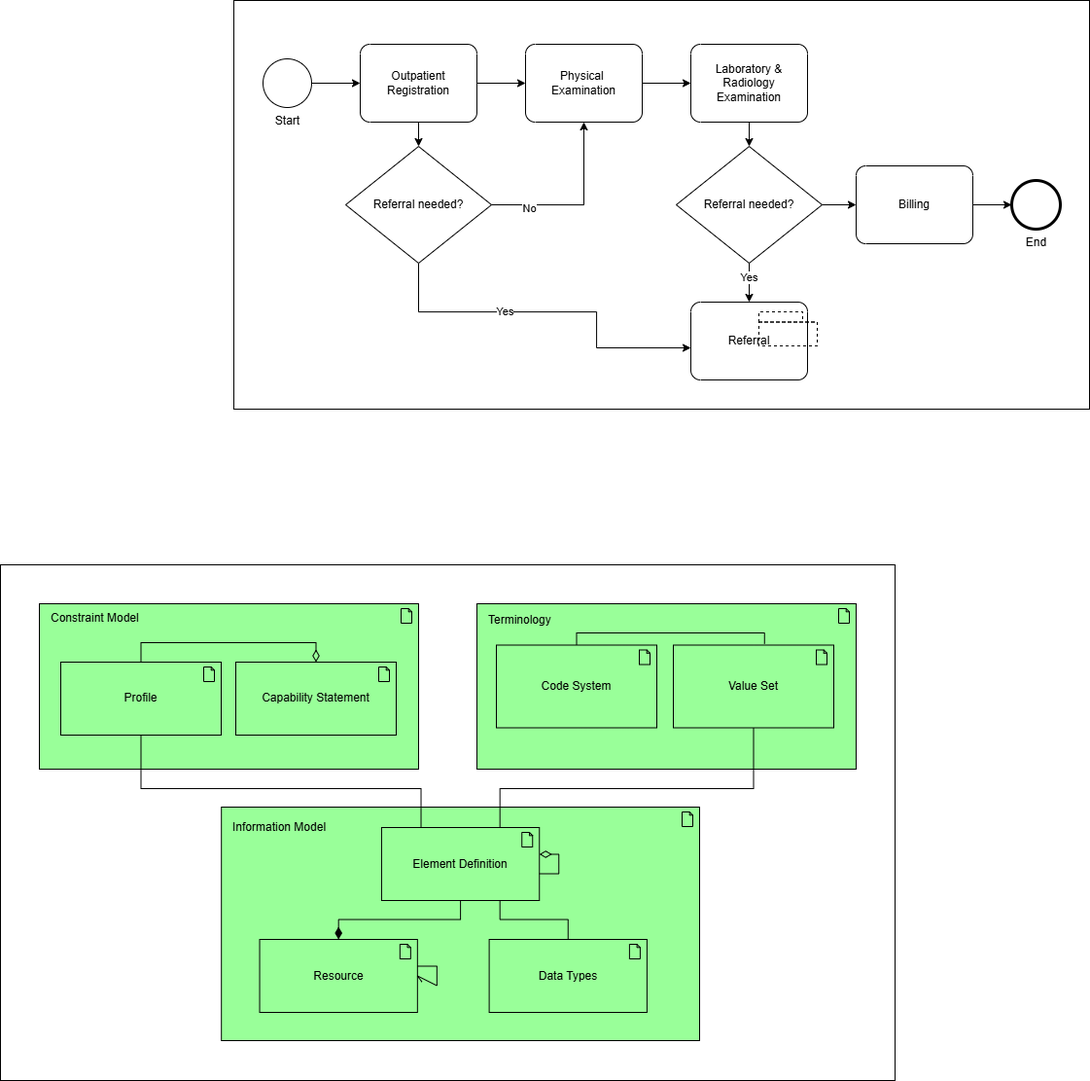
hi-dinanti/anc-ig-pwskia keeps this draw.io diagram as input/l2/Authoring IG drawio.png. Above is the earlier version. Source tidied: cells renumbered, new cells last; positions are measured from the earlier drawing's top-left corner, leaving out a move shared by most shapes.
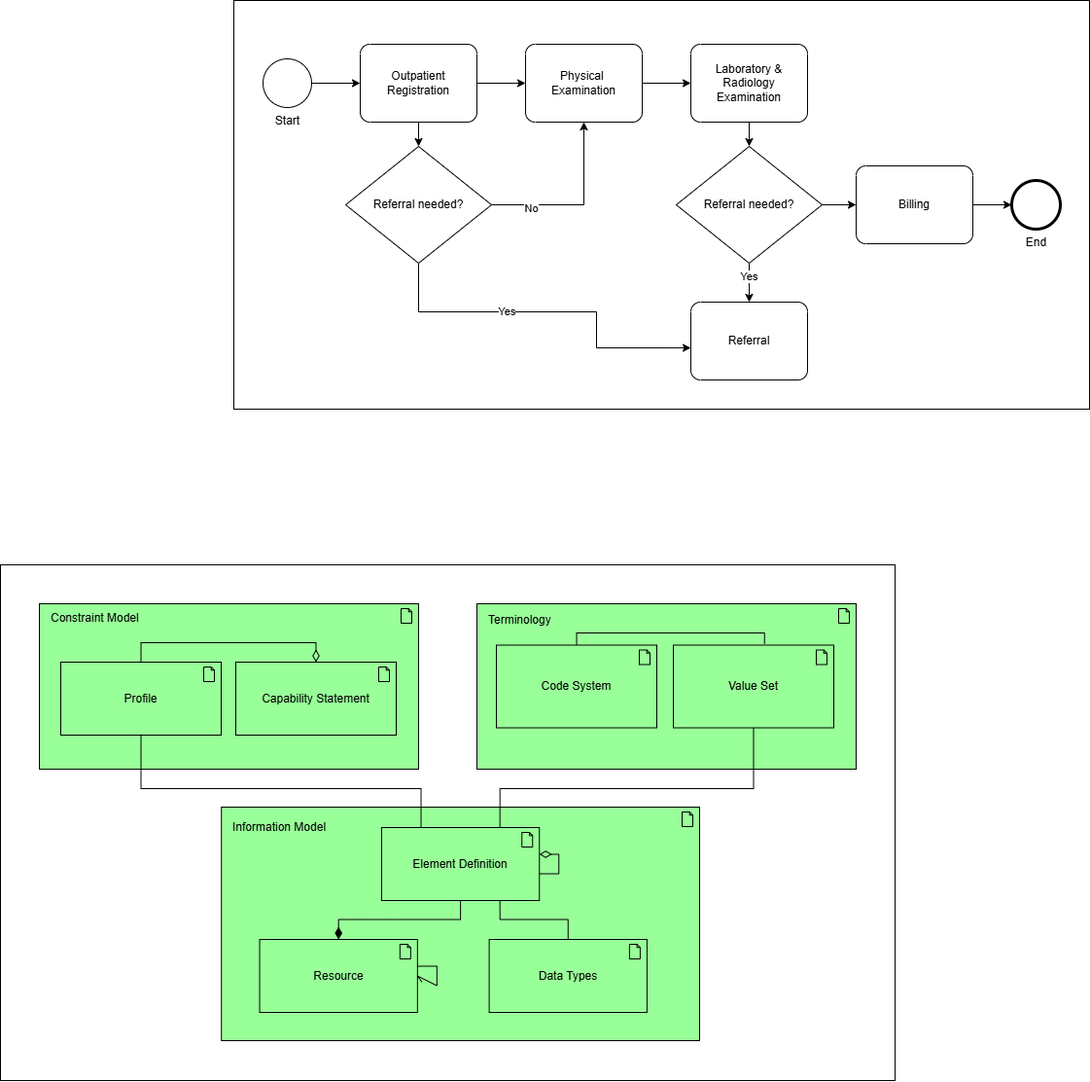
Above is the later version.

Commit message:
revising uml workflow and archimate fhir decomposition

What changed in the source:
```diff
@@ -81,12 +81,6 @@
     <mxCell id="25" style="edgeStyle=orthogonalEdgeStyle;rounded=0;jettySize=auto;html=1;exitX=1;exitY=0.5;exitDx=0;exitDy=0;entryX=0;entryY=0.5;entryDx=0;entryDy=0;entryPerimeter=0;" parent="2" edge="1" source="9" target="12">
       <mxGeometry relative="1" as="geometry" />
     </mxCell>
-    <mxCell id="26" style="html=1;whiteSpace=wrap;shape=mxgraph.archimate3.grouping;fillColor=none;dashed=1;" parent="1" vertex="1">
-      <mxGeometry x="780" y="320" width="60" height="35" as="geometry" />
-    </mxCell>
-    <mxCell id="27" style="html=1;whiteSpace=wrap;shape=mxgraph.archimate3.grouping;fillColor=none;dashed=1;" parent="1" vertex="1">
-      <mxGeometry x="780" y="320" width="60" height="35" as="geometry" />
-    </mxCell>
     <mxCell id="28" style="group;" parent="1" vertex="1">
       <mxGeometry y="580" width="920" height="530" as="geometry" />
     </mxCell>
```
